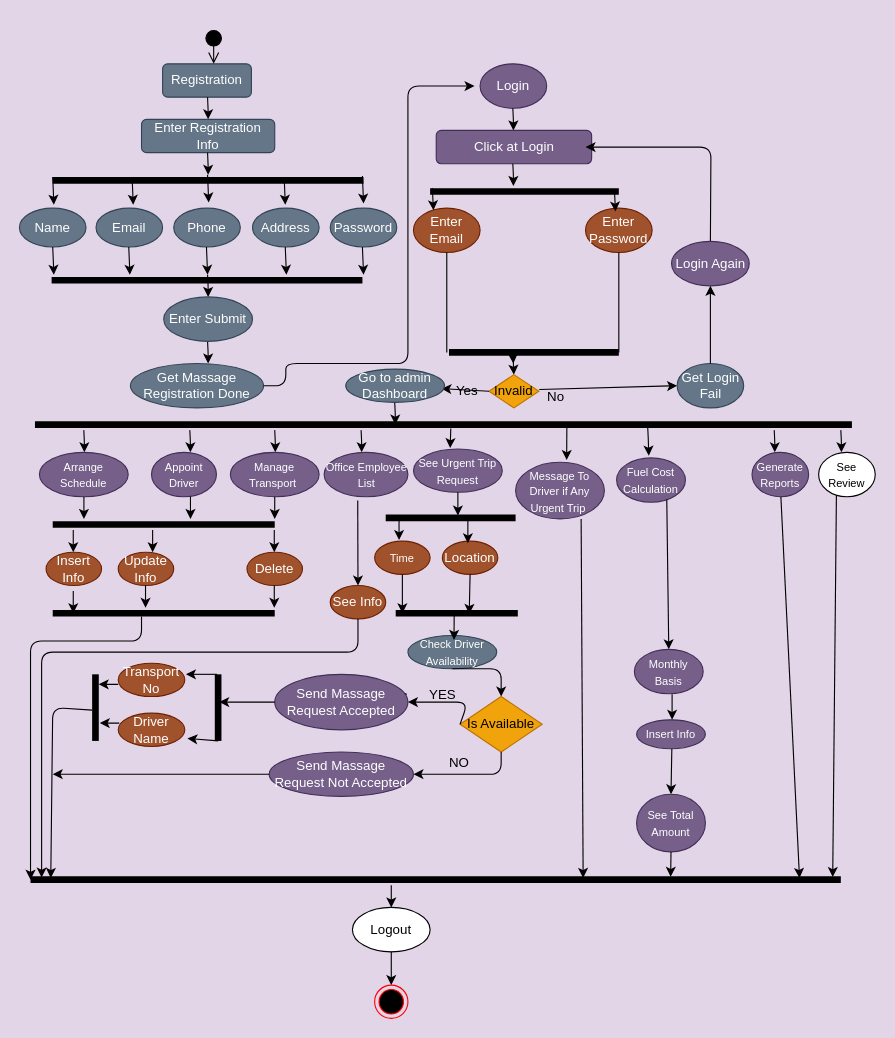
Above: database/Activity Diagram Admin.drawio in SHIMAISRAFIL/Transport-Schedule (draw.io), before the change. Source tidied: cells renumbered, new cells numbered last; positions are measured from the earlier drawing's top-left corner, leaving out a move shared by most shapes. Both pictures are drawn from the tidied source at 111%, with x=0, y=0 at pixel (19, 29).
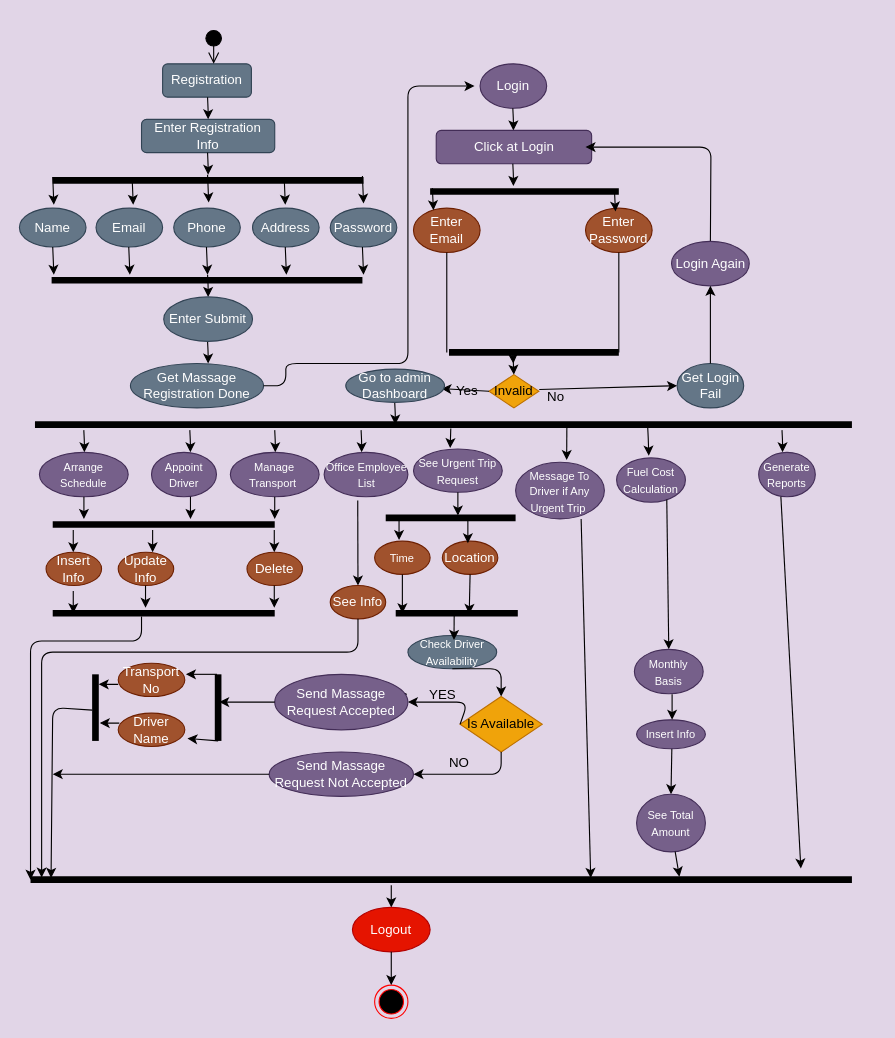
After the change.

Diff of the diagram source:
```diff
@@
     <mxCell id="10" style="endArrow=classic;html=1;" parent="1" edge="1">
-      <mxGeometry x="245.5" y="220" as="geometry">
-        <mxPoint x="680" y="361" as="sourcePoint" />
-        <mxPoint x="680.5" y="381" as="targetPoint" />
+      <mxGeometry x="252.5" y="220" as="geometry">
+        <mxPoint x="687" y="361" as="sourcePoint" />
+        <mxPoint x="687.5" y="381" as="targetPoint" />
         <Array as="points">
-          <mxPoint x="680.5" y="371" />
+          <mxPoint x="687.5" y="371" />
         </Array>
       </mxGeometry>
     </mxCell>
-    <mxCell id="11" style="endArrow=classic;html=1;" parent="1" edge="1">
-      <mxGeometry x="305.5" y="220" as="geometry">
-        <mxPoint x="740" y="361" as="sourcePoint" />
-        <mxPoint x="740.5" y="381" as="targetPoint" />
-        <Array as="points">
-          <mxPoint x="740.5" y="371" />
-        </Array>
-      </mxGeometry>
-    </mxCell>
@@
     <mxCell id="18" value="&lt;font style=&quot;font-size: 10px&quot;&gt;Generate Reports&lt;/font&gt;" style="ellipse;whiteSpace=wrap;html=1;strokeColor=#432D57;fillColor=#76608a;fontColor=#ffffff;" parent="1" vertex="1">
-      <mxGeometry x="660" y="381" width="51" height="40" as="geometry" />
+      <mxGeometry x="666" y="381" width="51" height="40" as="geometry" />
     </mxCell>
-    <mxCell id="19" value="&lt;font style=&quot;font-size: 10px&quot;&gt;See Review&lt;/font&gt;" style="ellipse;whiteSpace=wrap;html=1;strokeColor=#000000;" parent="1" vertex="1">
-      <mxGeometry x="720" y="381" width="51" height="40" as="geometry" />
-    </mxCell>
@@
-    <mxCell id="59" style="endArrow=classic;html=1;strokeColor=#000000;entryX=0.949;entryY=0.34;entryDx=0;entryDy=0;entryPerimeter=0;" parent="1" edge="1" target="74">
+    <mxCell id="59" style="endArrow=classic;html=1;strokeColor=#000000;" parent="1" edge="1">
       <mxGeometry relative="1" as="geometry">
         <mxPoint x="686" y="421" as="sourcePoint" />
+        <mxPoint x="704" y="756" as="targetPoint" />
       </mxGeometry>
     </mxCell>
-    <mxCell id="60" style="endArrow=classic;html=1;strokeColor=#000000;exitX=0.314;exitY=0.985;exitDx=0;exitDy=0;exitPerimeter=0;entryX=0.99;entryY=0.26;entryDx=0;entryDy=0;entryPerimeter=0;" parent="1" edge="1" source="19" target="74">
-      <mxGeometry relative="1" as="geometry" />
-    </mxCell>
@@
     <mxCell id="74" style="shape=line;html=1;strokeWidth=6;" parent="1" vertex="1">
-      <mxGeometry x="10" y="761" width="730" height="10" as="geometry" />
+      <mxGeometry x="10" y="761" width="740" height="10" as="geometry" />
     </mxCell>
@@
-    <mxCell id="77" value="Logout" style="ellipse;whiteSpace=wrap;html=1;strokeColor=#000000;" parent="1" vertex="1">
+    <mxCell id="77" value="Logout" style="ellipse;whiteSpace=wrap;html=1;strokeColor=#B20000;fillColor=#e51400;fontColor=#ffffff;" parent="1" vertex="1">
       <mxGeometry x="300" y="791" width="70" height="40" as="geometry" />
     </mxCell>
```
